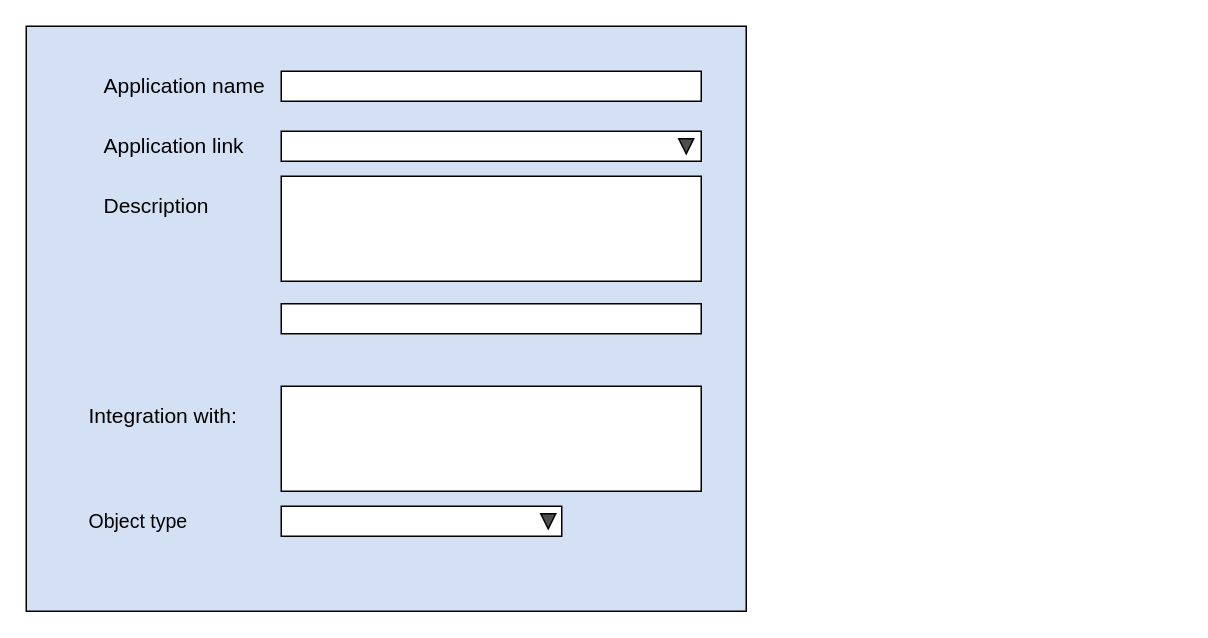
This is page "Appliction-design" (5 of 11) of midpoint/devel/iga/iga-schemas.drawio from Evolveum/docs, a draw.io file, before an edit. Source tidied: cells renumbered, new cells numbered last; positions are measured from the earlier drawing's top-left corner, leaving out a move shared by most shapes. Both pictures are drawn from the tidied source at 150%, with x=0, y=0 at pixel (26, 26).
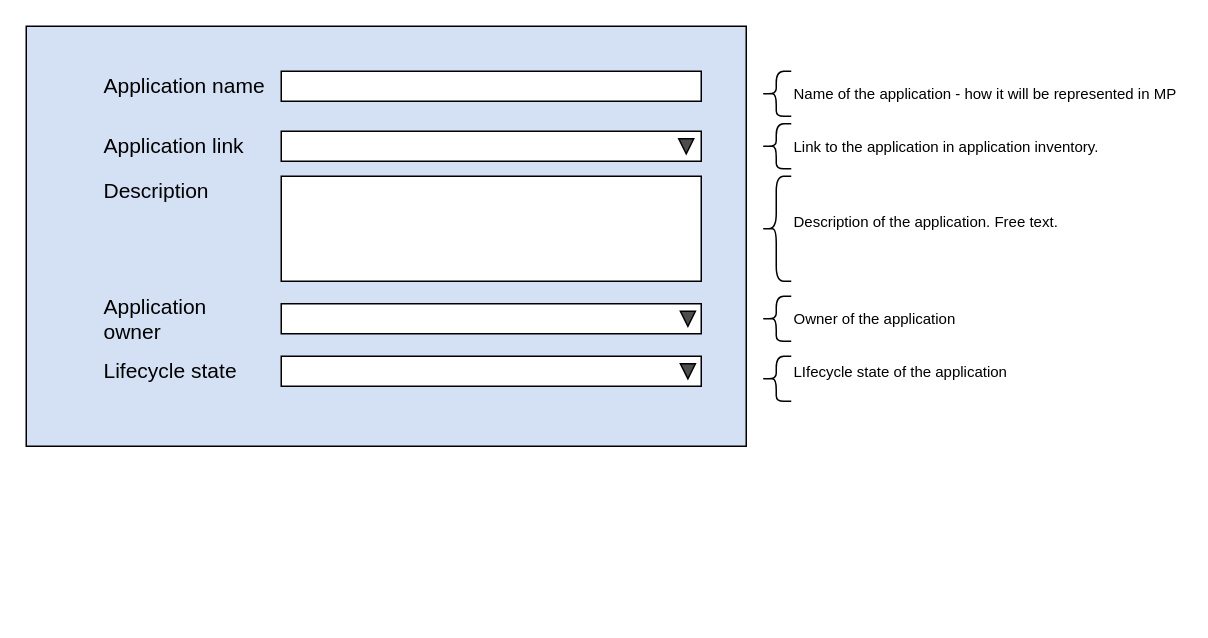
The same page after the edit.

The edit, as a diff of the source:
```diff
@@
     <mxCell id="2" style="rounded=0;whiteSpace=wrap;html=1;fontSize=14;fillColor=#D4E1F5;" parent="1" vertex="1">
-      <mxGeometry width="480" height="390" as="geometry" />
+      <mxGeometry width="480" height="280" as="geometry" />
     </mxCell>
@@
     <mxCell id="6" value="&lt;font style=&quot;font-size: 14px&quot;&gt;Description&lt;/font&gt;" style="text;html=1;strokeColor=none;fillColor=none;align=left;verticalAlign=middle;whiteSpace=wrap;rounded=0;" parent="1" vertex="1">
-      <mxGeometry x="50" y="110" width="110" height="20" as="geometry" />
+      <mxGeometry x="50" y="100" width="110" height="20" as="geometry" />
     </mxCell>
-    <mxCell id="7" value="&lt;font style=&quot;font-size: 14px&quot;&gt;Integration with:&lt;/font&gt;" style="text;html=1;strokeColor=none;fillColor=none;align=left;verticalAlign=middle;whiteSpace=wrap;rounded=0;" parent="1" vertex="1">
-      <mxGeometry x="40" y="250" width="110" height="20" as="geometry" />
-    </mxCell>
@@
-    <mxCell id="12" style="rounded=0;whiteSpace=wrap;html=1;" parent="1" vertex="1">
-      <mxGeometry x="170" y="240" width="280" height="70" as="geometry" />
-    </mxCell>
-    <mxCell id="13" style="rounded=0;whiteSpace=wrap;html=1;" parent="1" vertex="1">
-      <mxGeometry x="170" y="185" width="280" height="20" as="geometry" />
-    </mxCell>
-    <mxCell id="14" value="&lt;font style=&quot;font-size: 13px&quot;&gt;Object type&lt;/font&gt;" style="text;html=1;strokeColor=none;fillColor=none;align=left;verticalAlign=middle;whiteSpace=wrap;rounded=0;fontSize=12;" parent="1" vertex="1">
-      <mxGeometry x="40" y="320" width="110" height="20" as="geometry" />
-    </mxCell>
-    <mxCell id="15" style="group;" parent="1" vertex="1">
-      <mxGeometry x="170" y="320" width="187" height="20" as="geometry" />
-    </mxCell>
-    <mxCell id="16" style="rounded=0;whiteSpace=wrap;html=1;" parent="15" vertex="1">
-      <mxGeometry width="187" height="20" as="geometry" />
-    </mxCell>
-    <mxCell id="17" style="triangle;whiteSpace=wrap;html=1;fontSize=14;rotation=90;fillColor=#4D4D4D;" parent="15" vertex="1">
-      <mxGeometry x="173" y="5" width="10" height="10" as="geometry" />
-    </mxCell>
+    <mxCell id="18" value="&lt;font style=&quot;font-size: 14px&quot;&gt;Application owner&lt;/font&gt;" style="text;html=1;strokeColor=none;fillColor=none;align=left;verticalAlign=middle;whiteSpace=wrap;rounded=0;" parent="1" vertex="1">
+      <mxGeometry x="50" y="185" width="110" height="20" as="geometry" />
+    </mxCell>
+    <mxCell id="19" value="&lt;font style=&quot;font-size: 14px&quot;&gt;Lifecycle state&lt;/font&gt;" style="text;html=1;strokeColor=none;fillColor=none;align=left;verticalAlign=middle;whiteSpace=wrap;rounded=0;" parent="1" vertex="1">
+      <mxGeometry x="50" y="220" width="110" height="20" as="geometry" />
+    </mxCell>
+    <mxCell id="20" style="shape=curlyBracket;whiteSpace=wrap;html=1;rounded=1;fontSize=14;fillColor=none;size=0.5;" parent="1" vertex="1">
+      <mxGeometry x="490" y="65" width="20" height="30" as="geometry" />
+    </mxCell>
+    <mxCell id="21" value="Link to the application in application inventory." style="text;html=1;strokeColor=none;fillColor=none;align=left;verticalAlign=middle;whiteSpace=wrap;rounded=0;fontSize=10;" parent="1" vertex="1">
+      <mxGeometry x="510" y="70" width="260" height="20" as="geometry" />
+    </mxCell>
+    <mxCell id="22" style="shape=curlyBracket;whiteSpace=wrap;html=1;rounded=1;fontSize=14;fillColor=none;size=0.5;" parent="1" vertex="1">
+      <mxGeometry x="490" y="30" width="20" height="30" as="geometry" />
+    </mxCell>
+    <mxCell id="23" value="Name of the application - how it will be represented in MP" style="text;html=1;strokeColor=none;fillColor=none;align=left;verticalAlign=middle;whiteSpace=wrap;rounded=0;fontSize=10;" parent="1" vertex="1">
+      <mxGeometry x="510" y="35" width="260" height="20" as="geometry" />
+    </mxCell>
+    <mxCell id="24" style="shape=curlyBracket;whiteSpace=wrap;html=1;rounded=1;fontSize=14;fillColor=none;size=0.5;" parent="1" vertex="1">
+      <mxGeometry x="490" y="180" width="20" height="30" as="geometry" />
+    </mxCell>
+    <mxCell id="25" value="Owner of the application" style="text;html=1;strokeColor=none;fillColor=none;align=left;verticalAlign=middle;whiteSpace=wrap;rounded=0;fontSize=10;" parent="1" vertex="1">
+      <mxGeometry x="510" y="185" width="260" height="20" as="geometry" />
+    </mxCell>
+    <mxCell id="26" style="shape=curlyBracket;whiteSpace=wrap;html=1;rounded=1;fontSize=14;fillColor=none;size=0.5;" parent="1" vertex="1">
+      <mxGeometry x="490" y="220" width="20" height="30" as="geometry" />
+    </mxCell>
+    <mxCell id="27" value="LIfecycle state of the application" style="text;html=1;strokeColor=none;fillColor=none;align=left;verticalAlign=middle;whiteSpace=wrap;rounded=0;fontSize=10;" parent="1" vertex="1">
+      <mxGeometry x="510" y="220" width="260" height="20" as="geometry" />
+    </mxCell>
+    <mxCell id="28" style="group;" parent="1" vertex="1">
+      <mxGeometry x="170" y="220" width="280" height="20" as="geometry" />
+    </mxCell>
+    <mxCell id="29" style="rounded=0;whiteSpace=wrap;html=1;" parent="28" vertex="1">
+      <mxGeometry width="280" height="20" as="geometry" />
+    </mxCell>
+    <mxCell id="30" style="triangle;whiteSpace=wrap;html=1;fontSize=14;rotation=90;fillColor=#4D4D4D;" parent="28" vertex="1">
+      <mxGeometry x="266.1" y="5" width="10" height="10" as="geometry" />
+    </mxCell>
+    <mxCell id="31" style="group;" parent="1" vertex="1">
+      <mxGeometry x="170" y="185" width="280" height="20" as="geometry" />
+    </mxCell>
+    <mxCell id="32" style="rounded=0;whiteSpace=wrap;html=1;" parent="31" vertex="1">
+      <mxGeometry width="280" height="20" as="geometry" />
+    </mxCell>
+    <mxCell id="33" style="triangle;whiteSpace=wrap;html=1;fontSize=14;rotation=90;fillColor=#4D4D4D;" parent="31" vertex="1">
+      <mxGeometry x="266.1" y="5" width="10" height="10" as="geometry" />
+    </mxCell>
+    <mxCell id="34" style="shape=curlyBracket;whiteSpace=wrap;html=1;rounded=1;fontSize=14;fillColor=none;size=0.5;" parent="1" vertex="1">
+      <mxGeometry x="490" y="100" width="20" height="70" as="geometry" />
+    </mxCell>
+    <mxCell id="35" value="Description of the application. Free text." style="text;html=1;strokeColor=none;fillColor=none;align=left;verticalAlign=middle;whiteSpace=wrap;rounded=0;fontSize=10;" parent="1" vertex="1">
+      <mxGeometry x="510" y="120" width="260" height="20" as="geometry" />
+    </mxCell>
```
